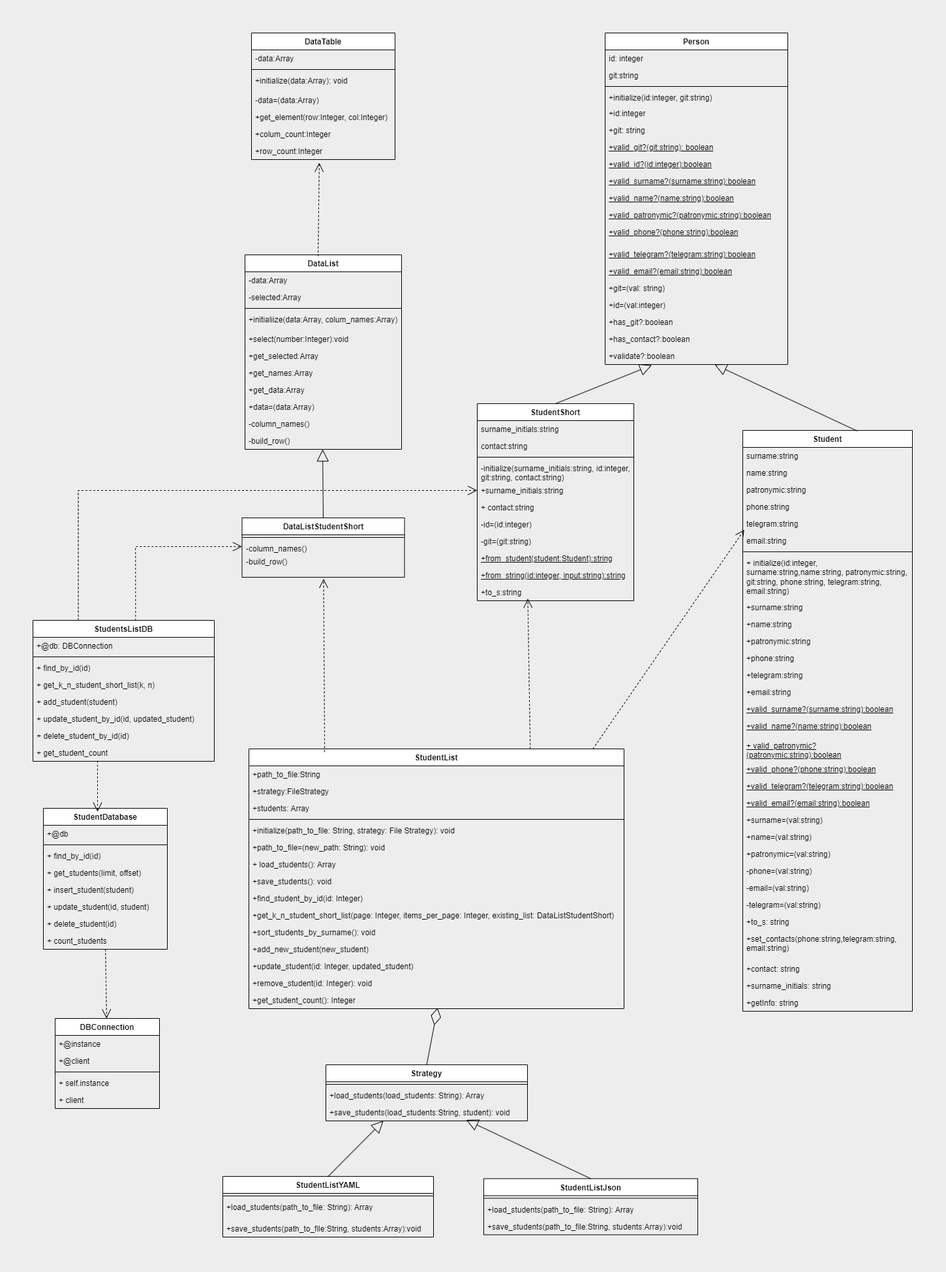
This is class_student/diagram1.png from llKristina/ruby, a draw.io export, as it was before one commit. Source tidied: cells renumbered, new cells last; positions are measured from the earlier drawing's top-left corner, leaving out a move shared by most shapes.
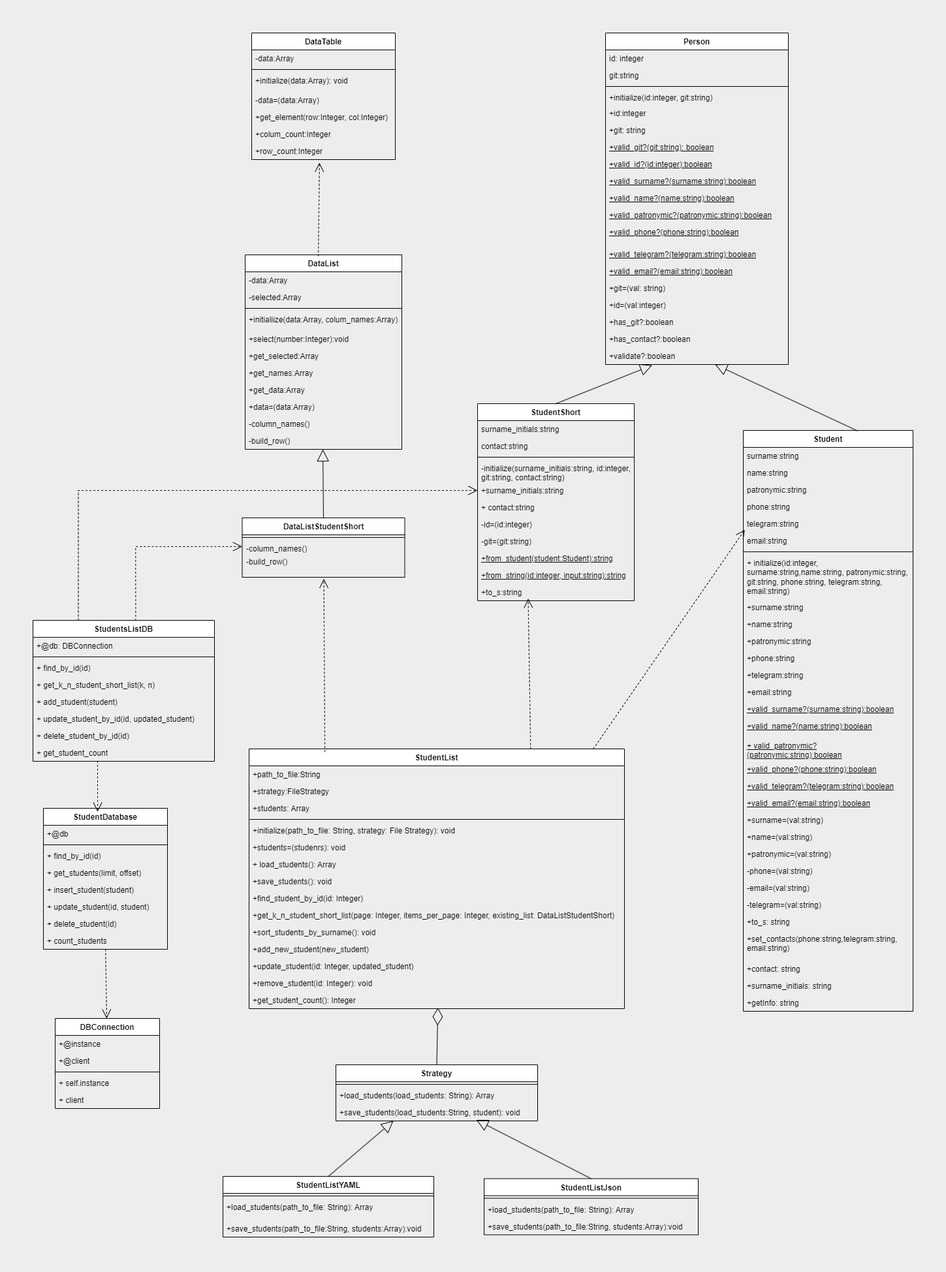
Later version of the same file.

Commit message:
lab 4 update diagram

What changed in the source:
```diff
@@ -296,7 +296,7 @@
     <mxCell id="99" value="+initialize(path_to_file: String, strategy: File Strategy): void" style="text;strokeColor=none;fillColor=none;align=left;verticalAlign=top;spacingLeft=4;spacingRight=4;overflow=hidden;whiteSpace=wrap;html=1;" parent="94" vertex="1">
       <mxGeometry y="112" width="575" height="26" as="geometry" />
     </mxCell>
-    <mxCell id="100" value="+path_to_file=(new_path: String): void" style="text;strokeColor=none;fillColor=none;align=left;verticalAlign=top;spacingLeft=4;spacingRight=4;overflow=hidden;whiteSpace=wrap;html=1;" parent="94" vertex="1">
+    <mxCell id="100" value="+students=(studenrs): void" style="text;strokeColor=none;fillColor=none;align=left;verticalAlign=top;spacingLeft=4;spacingRight=4;overflow=hidden;whiteSpace=wrap;html=1;" parent="94" vertex="1">
       <mxGeometry y="138" width="575" height="26" as="geometry" />
     </mxCell>
     <mxCell id="101" value="+ load_students(): Array" style="text;strokeColor=none;fillColor=none;align=left;verticalAlign=top;spacingLeft=4;spacingRight=4;overflow=hidden;whiteSpace=wrap;html=1;" parent="94" vertex="1">
@@ -336,7 +336,7 @@
       <mxGeometry relative="1" as="geometry" />
     </mxCell>
     <mxCell id="113" value="Strategy" style="swimlane;fontStyle=1;align=center;verticalAlign=top;horizontal=1;startSize=26;whiteSpace=wrap;html=1;" parent="1" vertex="1">
-      <mxGeometry x="449" y="1581" width="309" height="86" as="geometry" />
+      <mxGeometry x="464" y="1581" width="309" height="86" as="geometry" />
     </mxCell>
     <mxCell id="114" style="line;strokeWidth=1;fillColor=none;align=left;verticalAlign=middle;spacingTop=-1;spacingLeft=3;spacingRight=3;labelPosition=right;strokeColor=inherit;" parent="113" vertex="1">
       <mxGeometry y="26" width="309" height="8" as="geometry" />
```
